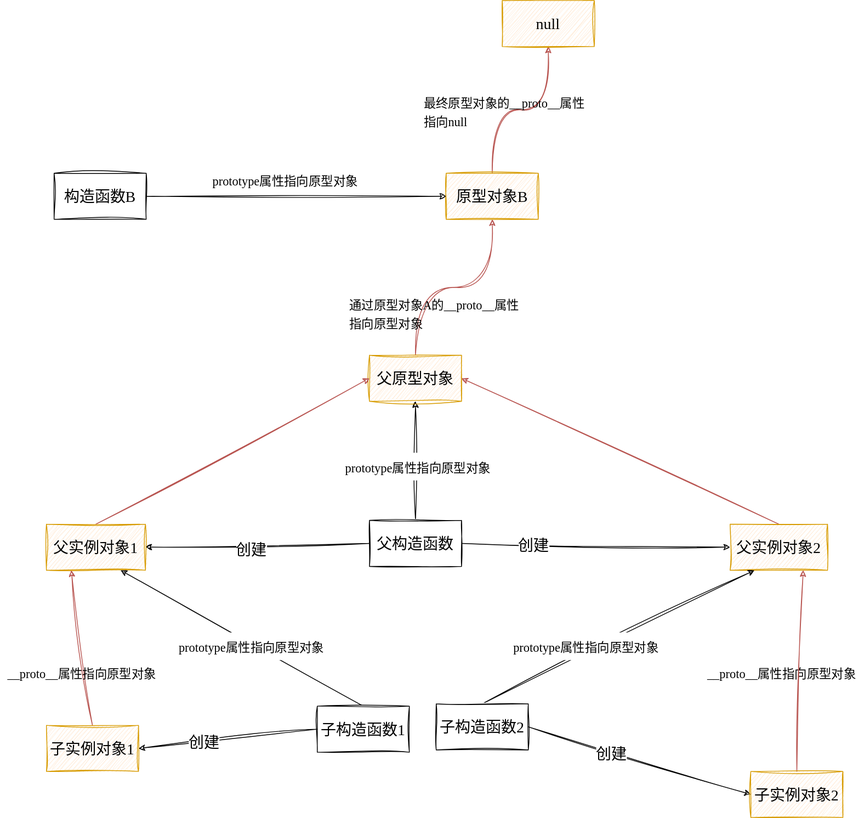
Earlier version of the draw.io export diagrams/front-end/prototype_inheritance.svg (luguosong/images). Source tidied: cells renumbered, new cells last; positions are measured from the earlier drawing's top-left corner, leaving out a move shared by most shapes.
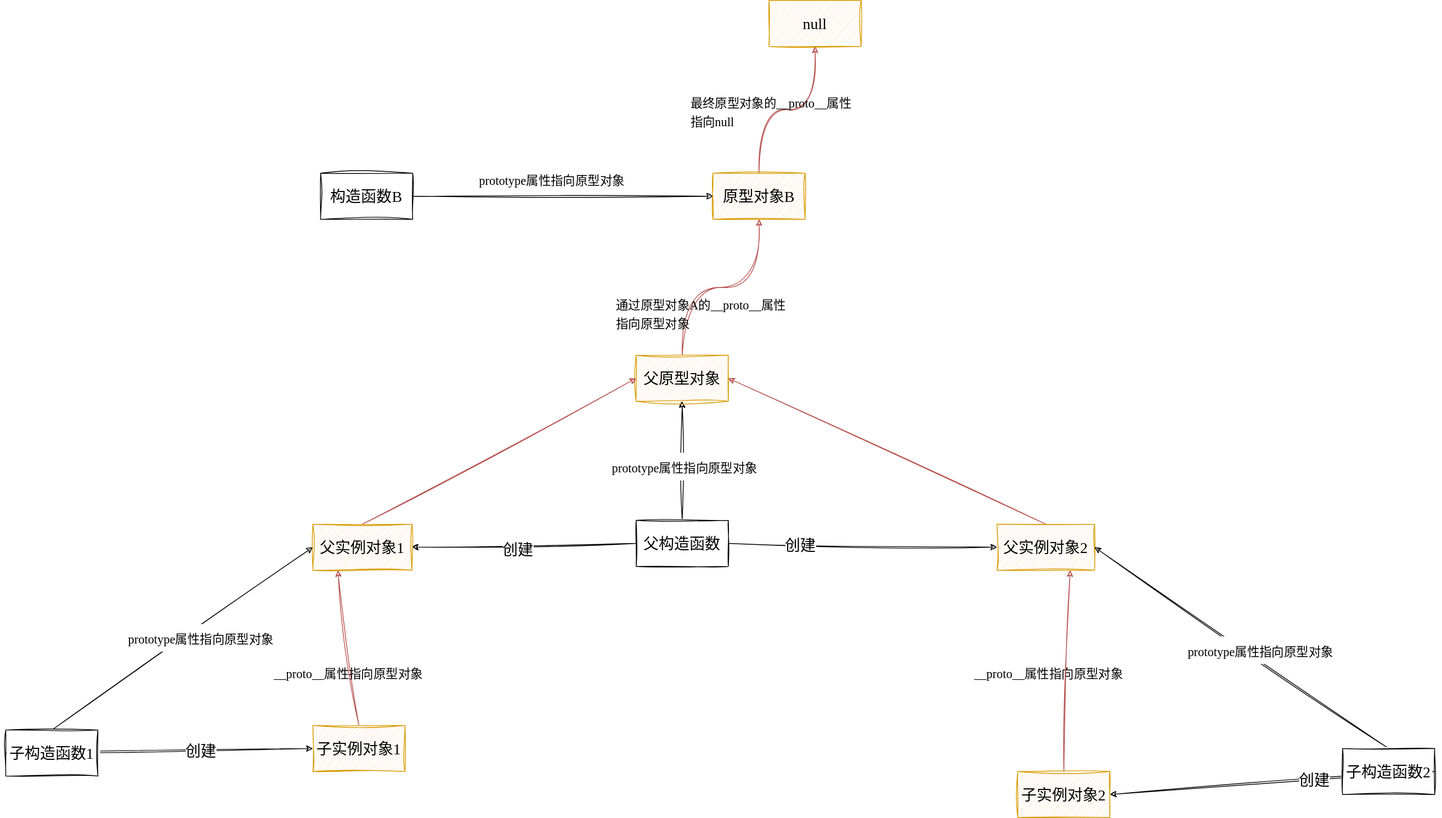
The same file after the commit.

The edit, as a diff of the source:
```diff
@@ -65,10 +65,10 @@
     <mxCell id="22" value="父实例对象2" style="rounded=0;whiteSpace=wrap;html=1;sketch=1;hachureGap=4;jiggle=2;curveFitting=1;fontFamily=Architects Daughter;fontSource=https%3A%2F%2Ffonts.googleapis.com%2Fcss%3Ffamily%3DArchitects%2BDaughter;fontSize=20;fillColor=#ffe6cc;strokeColor=#d79b00;" parent="1" vertex="1">
       <mxGeometry x="891" y="682" width="127" height="60" as="geometry" />
     </mxCell>
-    <mxCell id="23" style="edgeStyle=none;rounded=0;sketch=1;hachureGap=4;jiggle=2;curveFitting=1;jettySize=auto;html=1;exitX=0.5;exitY=0;exitDx=0;exitDy=0;entryX=0.75;entryY=1;entryDx=0;entryDy=0;fontFamily=Architects Daughter;fontSource=https%3A%2F%2Ffonts.googleapis.com%2Fcss%3Ffamily%3DArchitects%2BDaughter;fontSize=16;" parent="1" edge="1" source="26" target="20">
+    <mxCell id="23" style="edgeStyle=none;rounded=0;sketch=1;hachureGap=4;jiggle=2;curveFitting=1;jettySize=auto;html=1;exitX=0.5;exitY=0;exitDx=0;exitDy=0;entryX=0;entryY=0.5;entryDx=0;entryDy=0;fontFamily=Architects Daughter;fontSource=https%3A%2F%2Ffonts.googleapis.com%2Fcss%3Ffamily%3DArchitects%2BDaughter;fontSize=16;" parent="1" edge="1" source="26" target="20">
       <mxGeometry relative="1" as="geometry" />
     </mxCell>
-    <mxCell id="24" style="edgeStyle=none;rounded=0;sketch=1;hachureGap=4;jiggle=2;curveFitting=1;jettySize=auto;html=1;exitX=0;exitY=0.5;exitDx=0;exitDy=0;entryX=1;entryY=0.5;entryDx=0;entryDy=0;fontFamily=Architects Daughter;fontSource=https%3A%2F%2Ffonts.googleapis.com%2Fcss%3Ffamily%3DArchitects%2BDaughter;fontSize=16;" parent="1" edge="1" source="26" target="36">
+    <mxCell id="24" style="edgeStyle=none;rounded=0;sketch=1;hachureGap=4;jiggle=2;curveFitting=1;jettySize=auto;html=1;exitX=0;exitY=0.5;exitDx=0;exitDy=0;entryX=0;entryY=0.5;entryDx=0;entryDy=0;fontFamily=Architects Daughter;fontSource=https%3A%2F%2Ffonts.googleapis.com%2Fcss%3Ffamily%3DArchitects%2BDaughter;fontSize=16;" parent="1" edge="1" source="26" target="36">
       <mxGeometry relative="1" as="geometry" />
     </mxCell>
     <mxCell id="25" value="创建" style="edgeLabel;html=1;align=center;verticalAlign=middle;fontSize=20;fontFamily=Architects Daughter;" parent="24" vertex="1">
@@ -77,25 +77,25 @@
       </mxGeometry>
     </mxCell>
     <mxCell id="26" value="子构造函数1" style="rounded=0;whiteSpace=wrap;html=1;sketch=1;hachureGap=4;jiggle=2;curveFitting=1;fontFamily=Architects Daughter;fontSource=https%3A%2F%2Ffonts.googleapis.com%2Fcss%3Ffamily%3DArchitects%2BDaughter;fontSize=20;" parent="1" vertex="1">
-      <mxGeometry x="353" y="919" width="120" height="60" as="geometry" />
+      <mxGeometry x="-400" y="950" width="120" height="60" as="geometry" />
     </mxCell>
-    <mxCell id="27" style="edgeStyle=none;rounded=0;sketch=1;hachureGap=4;jiggle=2;curveFitting=1;jettySize=auto;html=1;exitX=0.5;exitY=0;exitDx=0;exitDy=0;entryX=0.25;entryY=1;entryDx=0;entryDy=0;fontFamily=Architects Daughter;fontSource=https%3A%2F%2Ffonts.googleapis.com%2Fcss%3Ffamily%3DArchitects%2BDaughter;fontSize=16;" parent="1" edge="1" source="30" target="22">
+    <mxCell id="27" style="edgeStyle=none;rounded=0;sketch=1;hachureGap=4;jiggle=2;curveFitting=1;jettySize=auto;html=1;exitX=0.5;exitY=0;exitDx=0;exitDy=0;entryX=1;entryY=0.5;entryDx=0;entryDy=0;fontFamily=Architects Daughter;fontSource=https%3A%2F%2Ffonts.googleapis.com%2Fcss%3Ffamily%3DArchitects%2BDaughter;fontSize=16;" parent="1" edge="1" source="30" target="22">
       <mxGeometry relative="1" as="geometry" />
     </mxCell>
-    <mxCell id="28" style="edgeStyle=none;rounded=0;sketch=1;hachureGap=4;jiggle=2;curveFitting=1;jettySize=auto;html=1;exitX=1;exitY=0.5;exitDx=0;exitDy=0;entryX=0;entryY=0.5;entryDx=0;entryDy=0;fontFamily=Architects Daughter;fontSource=https%3A%2F%2Ffonts.googleapis.com%2Fcss%3Ffamily%3DArchitects%2BDaughter;fontSize=16;" parent="1" edge="1" source="30" target="38">
+    <mxCell id="28" style="edgeStyle=none;rounded=0;sketch=1;hachureGap=4;jiggle=2;curveFitting=1;jettySize=auto;html=1;exitX=1;exitY=0.5;exitDx=0;exitDy=0;entryX=1;entryY=0.5;entryDx=0;entryDy=0;fontFamily=Architects Daughter;fontSource=https%3A%2F%2Ffonts.googleapis.com%2Fcss%3Ffamily%3DArchitects%2BDaughter;fontSize=16;" parent="1" edge="1" source="30" target="38">
       <mxGeometry relative="1" as="geometry" />
     </mxCell>
     <mxCell id="29" value="创建" style="edgeLabel;html=1;align=center;verticalAlign=middle;fontSize=20;fontFamily=Architects Daughter;" parent="28" vertex="1">
       <mxGeometry x="-0.25" y="-1" relative="1" as="geometry" />
     </mxCell>
     <mxCell id="30" value="子构造函数2" style="rounded=0;whiteSpace=wrap;html=1;sketch=1;hachureGap=4;jiggle=2;curveFitting=1;fontFamily=Architects Daughter;fontSource=https%3A%2F%2Ffonts.googleapis.com%2Fcss%3Ffamily%3DArchitects%2BDaughter;fontSize=20;" parent="1" vertex="1">
-      <mxGeometry x="508" y="916" width="120" height="60" as="geometry" />
+      <mxGeometry x="1341" y="974" width="120" height="60" as="geometry" />
     </mxCell>
     <mxCell id="31" value="&lt;font style=&quot;font-size: 16px;&quot;&gt;prototype属性指向原型对象&lt;/font&gt;" style="text;html=1;align=center;verticalAlign=middle;strokeColor=none;fillColor=default;fontSize=20;fontFamily=Architects Daughter;" parent="1" vertex="1">
-      <mxGeometry x="156" y="823" width="221" height="36" as="geometry" />
+      <mxGeometry x="-257" y="812" width="221" height="36" as="geometry" />
     </mxCell>
     <mxCell id="32" value="&lt;font style=&quot;font-size: 16px;&quot;&gt;prototype属性指向原型对象&lt;/font&gt;" style="text;html=1;align=center;verticalAlign=middle;fontSize=20;fontFamily=Architects Daughter;fillColor=default;" parent="1" vertex="1">
-      <mxGeometry x="592" y="823" width="221" height="36" as="geometry" />
+      <mxGeometry x="1123" y="828" width="221" height="36" as="geometry" />
     </mxCell>
     <mxCell id="33" style="edgeStyle=none;rounded=0;sketch=1;hachureGap=4;jiggle=2;curveFitting=1;jettySize=auto;html=1;exitX=0.5;exitY=0;exitDx=0;exitDy=0;entryX=0.25;entryY=1;entryDx=0;entryDy=0;fontFamily=Architects Daughter;fontSource=https%3A%2F%2Ffonts.googleapis.com%2Fcss%3Ffamily%3DArchitects%2BDaughter;fontSize=16;fillColor=#f8cecc;strokeColor=#b85450;" parent="1" edge="1" source="36" target="20">
       <mxGeometry relative="1" as="geometry" />
```
